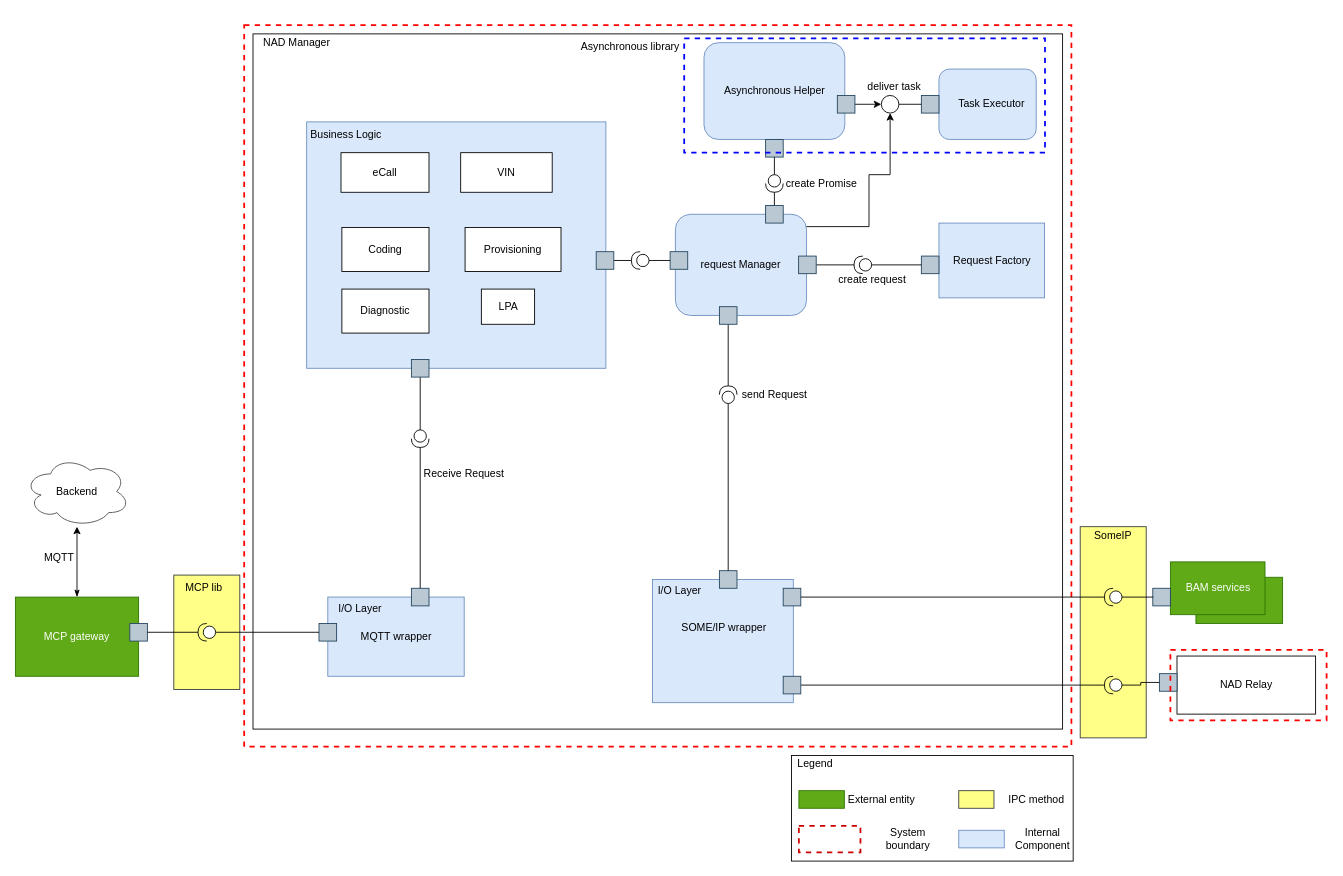
taikt/codefun keeps this draw.io diagram as page "dynamic_2nd" (5 of 6) of doc/SA cert/Design/nadmanager.drawio. Above is the earlier version. Source tidied: cells renumbered, new cells numbered last; positions are measured from the earlier drawing's top-left corner, leaving out a move shared by most shapes. Both pictures are drawn from the tidied source at 88%, with x=0, y=0 at pixel (-55, -807).
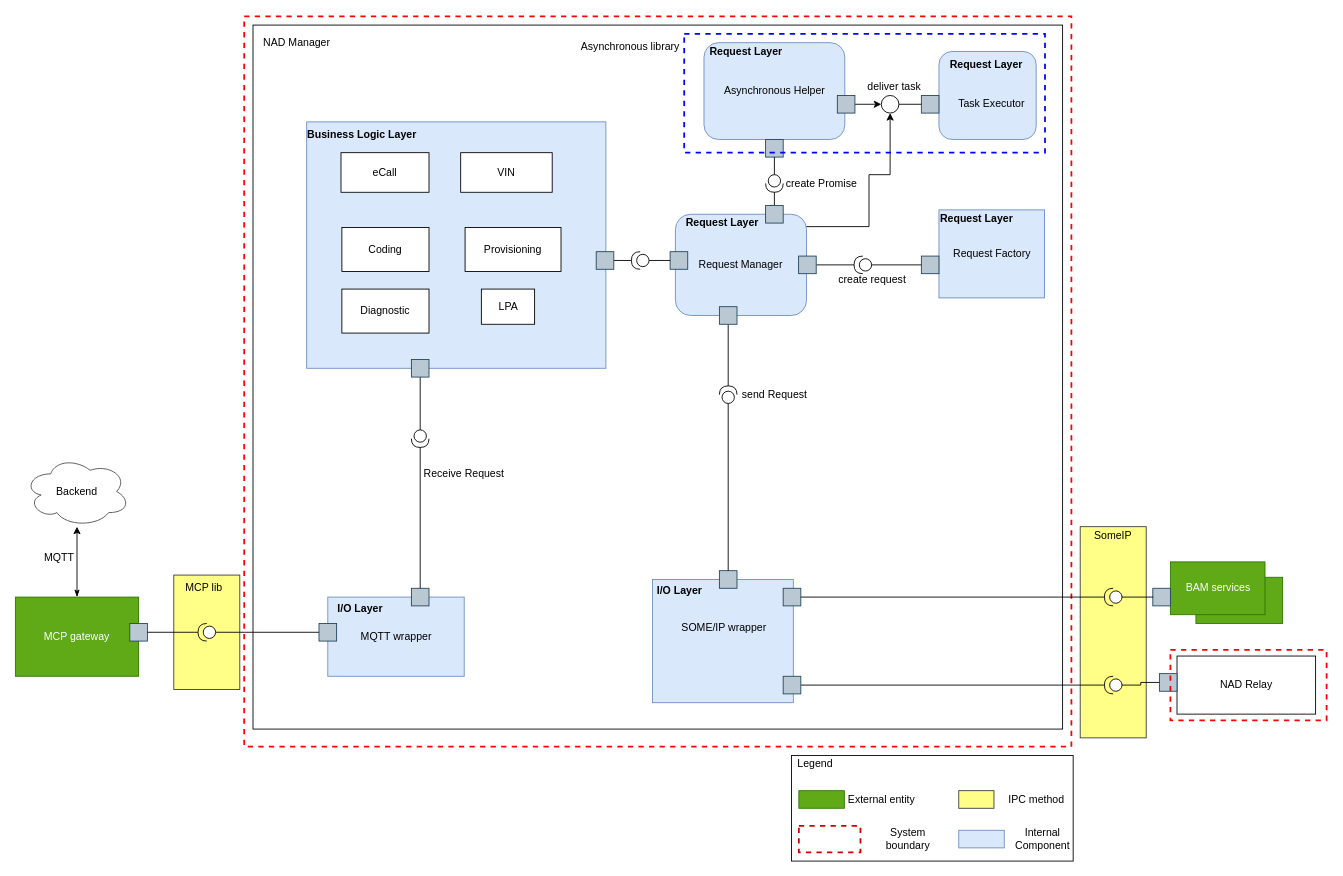
The same page after the edit.

The edit, as a diff of the source:
```diff
@@
     <mxCell id="4" style="rounded=0;whiteSpace=wrap;html=1;" parent="1" vertex="1">
-      <mxGeometry x="349" y="955" width="920" height="790" as="geometry" />
+      <mxGeometry x="349" y="945" width="920" height="800" as="geometry" />
     </mxCell>
@@
-    <mxCell id="8" value="request Manager" style="rounded=1;whiteSpace=wrap;html=1;fillColor=#dae8fc;strokeColor=#6c8ebf;" parent="1" vertex="1">
+    <mxCell id="8" value="Request Manager" style="rounded=1;whiteSpace=wrap;html=1;fillColor=#dae8fc;strokeColor=#6c8ebf;" parent="1" vertex="1">
       <mxGeometry x="829" y="1160" width="149" height="115" as="geometry" />
     </mxCell>
     <mxCell id="9" value="Request Factory" style="rounded=0;whiteSpace=wrap;html=1;fillColor=#dae8fc;strokeColor=#6c8ebf;" parent="1" vertex="1">
-      <mxGeometry x="1128.5" y="1170" width="120" height="85" as="geometry" />
+      <mxGeometry x="1128.5" y="1155" width="120" height="100" as="geometry" />
     </mxCell>
     <mxCell id="10" style="rounded=1;whiteSpace=wrap;html=1;fillColor=#dae8fc;strokeColor=#6c8ebf;" parent="1" vertex="1">
-      <mxGeometry x="1128.5" y="995" width="110.5" height="80" as="geometry" />
+      <mxGeometry x="1128.5" y="975" width="110.5" height="100" as="geometry" />
     </mxCell>
@@
-    <mxCell id="19" value="Business Logic" style="text;html=1;strokeColor=none;fillColor=none;align=center;verticalAlign=middle;whiteSpace=wrap;rounded=0;" parent="1" vertex="1">
-      <mxGeometry x="410" y="1055" width="90" height="30" as="geometry" />
+    <mxCell id="19" value="&lt;b&gt;Business Logic Layer&lt;/b&gt;" style="text;html=1;strokeColor=none;fillColor=none;align=center;verticalAlign=middle;whiteSpace=wrap;rounded=0;" parent="1" vertex="1">
+      <mxGeometry x="389" y="1055" width="167.5" height="30" as="geometry" />
     </mxCell>
@@
-    <mxCell id="33" value="I/O Layer" style="text;html=1;strokeColor=none;fillColor=none;align=center;verticalAlign=middle;whiteSpace=wrap;rounded=0;" parent="1" vertex="1">
+    <mxCell id="33" value="&lt;b&gt;I/O Layer&lt;/b&gt;" style="text;html=1;strokeColor=none;fillColor=none;align=center;verticalAlign=middle;whiteSpace=wrap;rounded=0;" parent="1" vertex="1">
       <mxGeometry x="424" y="1590" width="94" height="35" as="geometry" />
     </mxCell>
@@
     <mxCell id="88" style="rounded=0;whiteSpace=wrap;html=1;dashed=1;strokeColor=#FF0000;strokeWidth=2;fillColor=none;" parent="1" vertex="1">
-      <mxGeometry x="339" y="945" width="940" height="820" as="geometry" />
+      <mxGeometry x="339" y="935" width="940" height="830" as="geometry" />
     </mxCell>
@@
     <mxCell id="100" style="rounded=0;whiteSpace=wrap;html=1;fillColor=none;dashed=1;strokeWidth=2;strokeColor=#0000FF;" parent="1" vertex="1">
-      <mxGeometry x="839" y="960" width="410" height="130" as="geometry" />
+      <mxGeometry x="839" y="955" width="410" height="135" as="geometry" />
     </mxCell>
@@
-    <mxCell id="102" value="I/O Layer" style="text;html=1;strokeColor=none;fillColor=none;align=center;verticalAlign=middle;whiteSpace=wrap;rounded=0;" parent="1" vertex="1">
+    <mxCell id="102" value="&lt;b&gt;I/O Layer&lt;/b&gt;" style="text;html=1;strokeColor=none;fillColor=none;align=center;verticalAlign=middle;whiteSpace=wrap;rounded=0;" parent="1" vertex="1">
       <mxGeometry x="787" y="1570" width="94" height="35" as="geometry" />
     </mxCell>
@@
+    <mxCell id="104" value="&lt;b&gt;Request Layer&lt;/b&gt;" style="text;html=1;strokeColor=none;fillColor=none;align=center;verticalAlign=middle;whiteSpace=wrap;rounded=0;" parent="1" vertex="1">
+      <mxGeometry x="850" y="960" width="119" height="30" as="geometry" />
+    </mxCell>
+    <mxCell id="105" value="&lt;b&gt;Request Layer&lt;/b&gt;" style="text;html=1;strokeColor=none;fillColor=none;align=center;verticalAlign=middle;whiteSpace=wrap;rounded=0;" parent="1" vertex="1">
+      <mxGeometry x="823" y="1155" width="119" height="30" as="geometry" />
+    </mxCell>
+    <mxCell id="106" value="&lt;b&gt;Request Layer&lt;/b&gt;" style="text;html=1;strokeColor=none;fillColor=none;align=center;verticalAlign=middle;whiteSpace=wrap;rounded=0;" parent="1" vertex="1">
+      <mxGeometry x="1123" y="975" width="119" height="30" as="geometry" />
+    </mxCell>
+    <mxCell id="107" value="&lt;b&gt;Request Layer&lt;/b&gt;" style="text;html=1;strokeColor=none;fillColor=none;align=center;verticalAlign=middle;whiteSpace=wrap;rounded=0;" parent="1" vertex="1">
+      <mxGeometry x="1111.5" y="1150" width="119" height="30" as="geometry" />
+    </mxCell>
```
